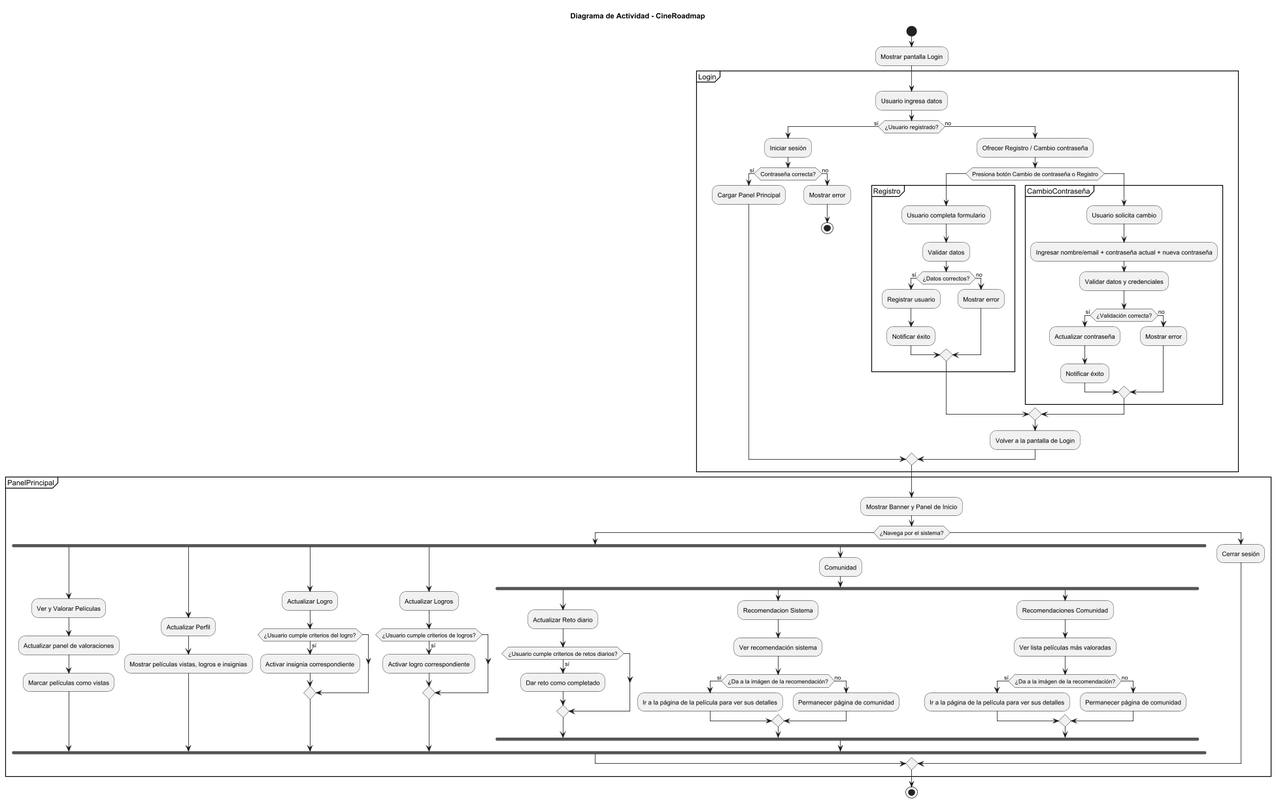
Before: src/main/resources/diagramas/imagenes/DiagramaActividad-Diagrama_de_Actividad___CineRoadmap.png, a diagram exported from PlantUML (Perales33/Proyecto_Ingenieria_CineRoadmap).
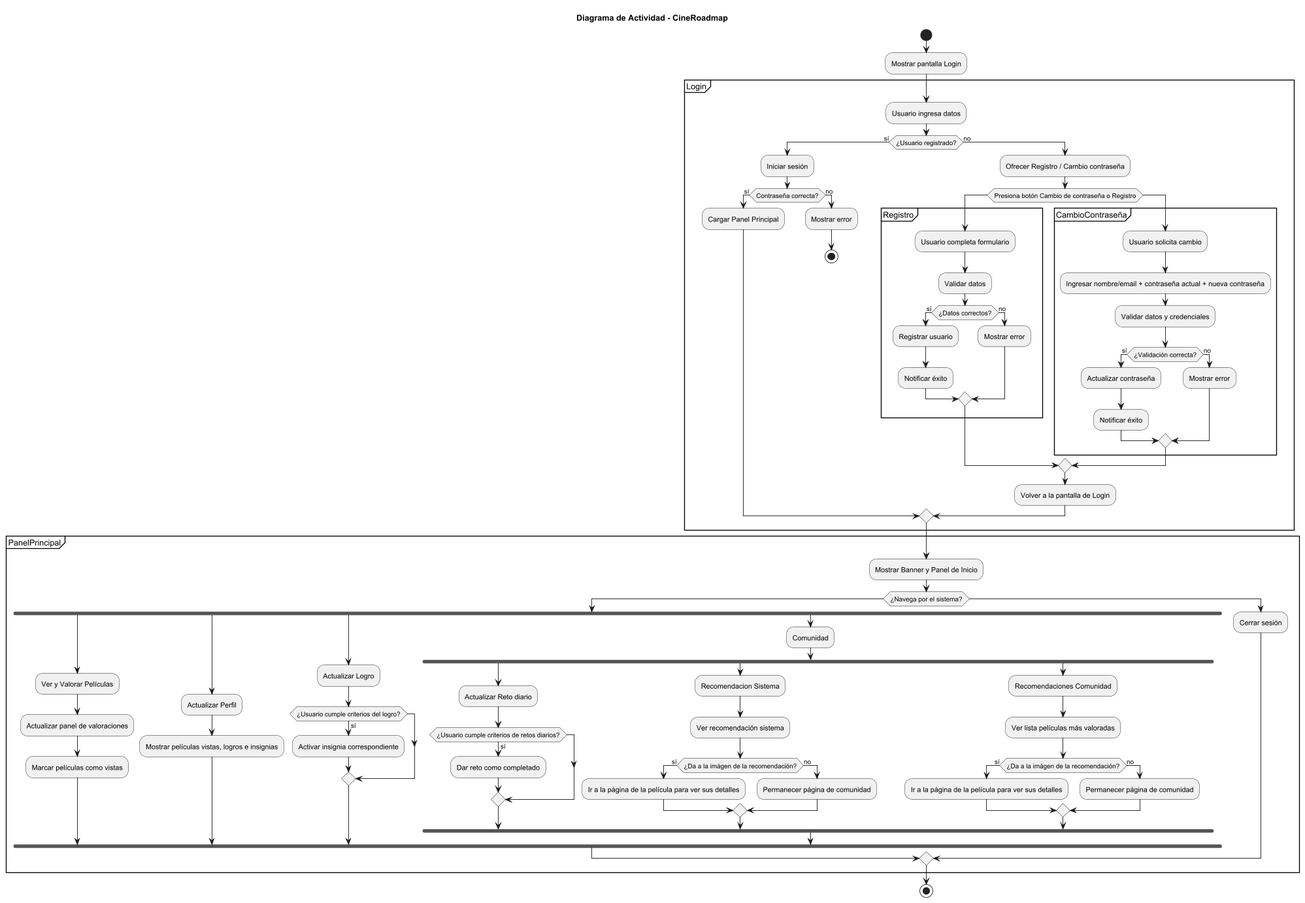
After the commit.

Commit message:
Cambios diagramas

The edit, as a diff of the source:
```diff
@@ -60,12 +60,7 @@
             if (¿Usuario cumple criterios del logro?) then (sí)
                 :Activar insignia correspondiente;
             endif
-        fork again
-            :Actualizar Logros;
-            if (¿Usuario cumple criterios de logros?) then (sí)
-                :Activar logro correspondiente;
-            endif
-           fork again
+         fork again
              :Comunidad;
                 fork
                 :Actualizar Reto diario;
```
